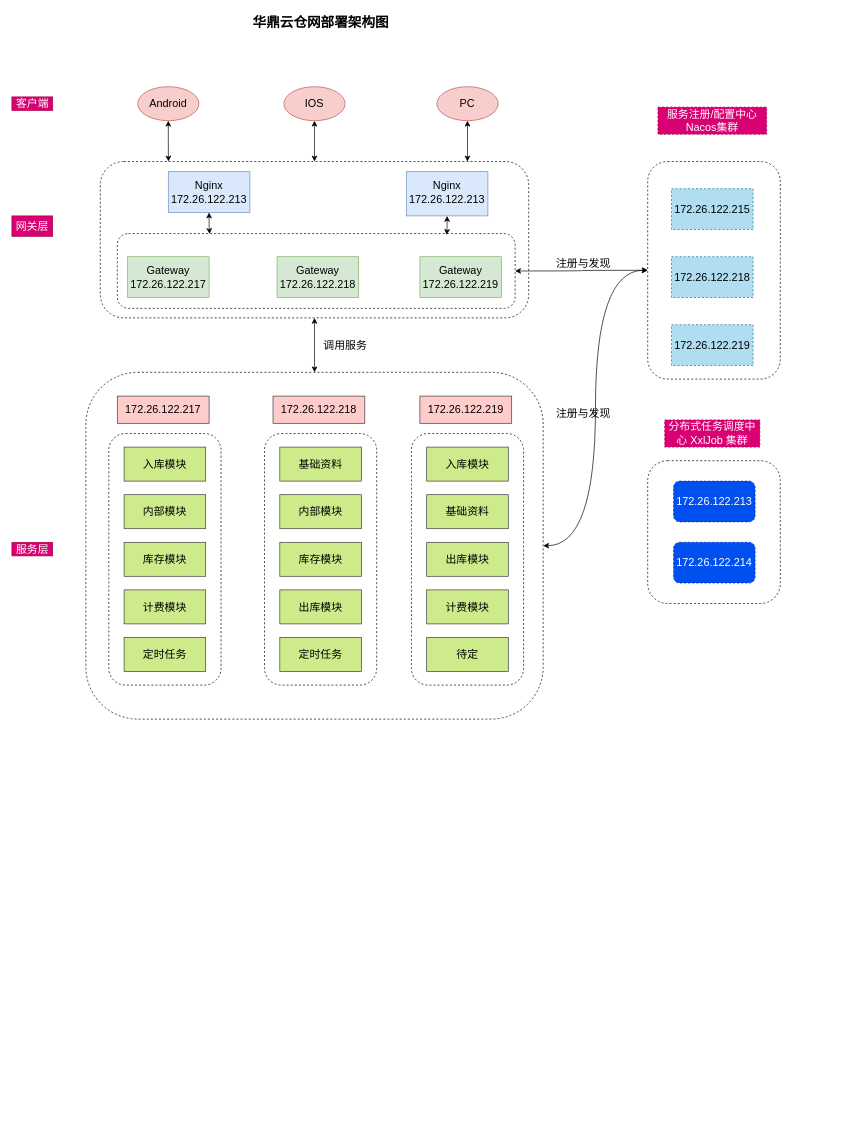
Before: pdf/华鼎云仓网架构图.drawio in mstao/static, a draw.io diagram. Source tidied: cells renumbered, new cells numbered last; positions are measured from the earlier drawing's top-left corner, leaving out a move shared by most shapes. Both pictures are drawn from the tidied source at 68%, with x=0, y=0 at pixel (12, 12).
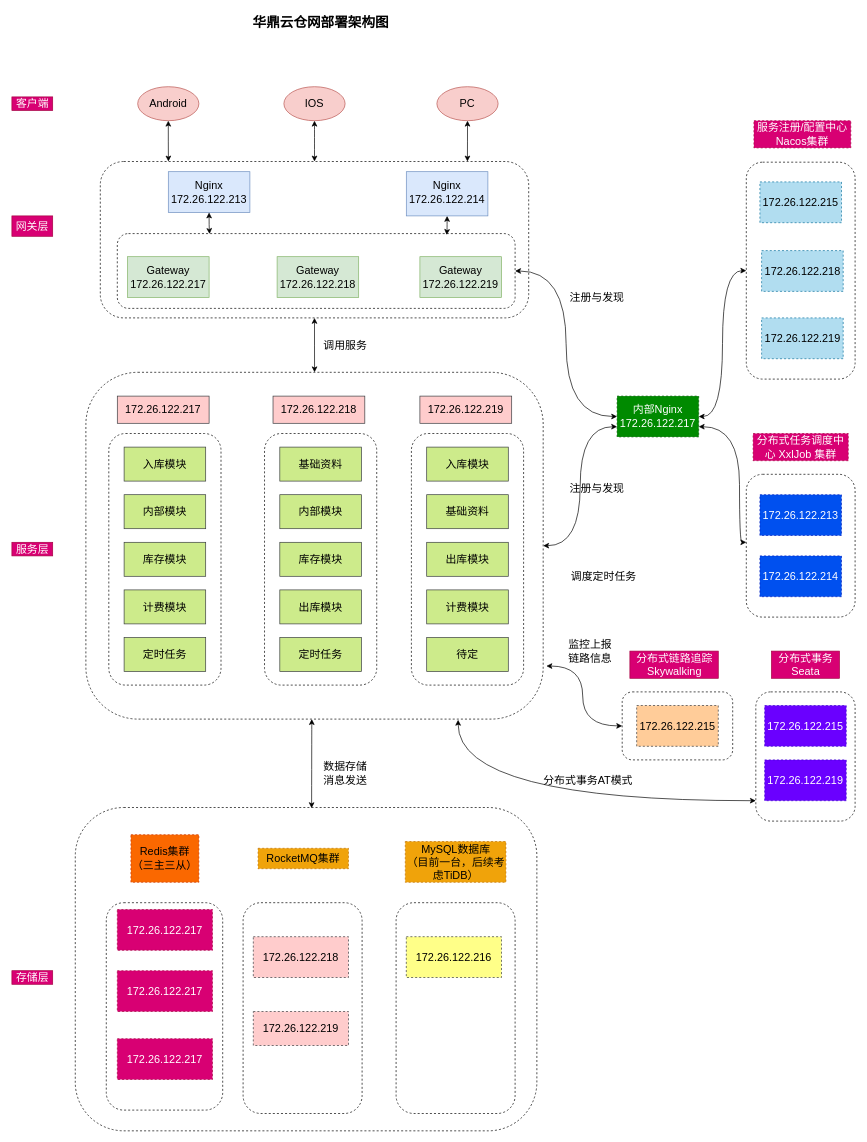
Above is the later version.

Commit message (it also covers changes not shown here):
Update 华鼎云仓网架构图.drawio

Unchanged cells that the change refers to:
```xml
<mxCell id="49" style="rounded=1;whiteSpace=wrap;html=1;labelBackgroundColor=#;fontSize=16;fillColor=none;dashed=1;shadow=0;sketch=0;glass=0;" parent="1" vertex="1">
  <mxGeometry x="108.8" y="530" width="672.5" height="510" as="geometry" />
</mxCell>
<mxCell id="54" style="rounded=1;whiteSpace=wrap;html=1;shadow=0;glass=0;dashed=1;labelBackgroundColor=#;sketch=0;fontSize=16;fillColor=none;" parent="1" vertex="1">
  <mxGeometry x="155" y="326" width="585" height="110" as="geometry" />
</mxCell>
```

The edit, as a diff of the source:
```diff
@@
-    <mxCell id="18" value="Nginx&lt;br&gt;172.26.122.213" style="text;html=1;strokeColor=none;fillColor=none;align=center;verticalAlign=middle;whiteSpace=wrap;rounded=0;labelBackgroundColor=none;fontSize=16;" parent="1" vertex="1">
+    <mxCell id="18" value="Nginx&lt;br&gt;172.26.122.214" style="text;html=1;strokeColor=none;fillColor=none;align=center;verticalAlign=middle;whiteSpace=wrap;rounded=0;labelBackgroundColor=none;fontSize=16;" parent="1" vertex="1">
       <mxGeometry x="585" y="245" width="110" height="40" as="geometry" />
     </mxCell>
@@
-    <mxCell id="48" style="edgeStyle=orthogonalEdgeStyle;curved=1;rounded=0;jettySize=auto;html=1;fontSize=16;startArrow=classic;startFill=1;" parent="1" edge="1" source="49" target="52">
-      <mxGeometry relative="1" as="geometry" />
-    </mxCell>
+    <mxCell id="64" style="edgeStyle=orthogonalEdgeStyle;curved=1;rounded=0;jettySize=auto;html=1;entryX=0;entryY=0.75;entryDx=0;entryDy=0;fontSize=16;startArrow=classic;startFill=1;" parent="1" edge="1" source="49" target="76">
+      <mxGeometry relative="1" as="geometry" />
+    </mxCell>
+    <mxCell id="65" style="edgeStyle=orthogonalEdgeStyle;curved=1;rounded=0;jettySize=auto;html=1;entryX=0.512;entryY=0.002;entryDx=0;entryDy=0;entryPerimeter=0;fontSize=16;startArrow=classic;startFill=1;" parent="1" edge="1" source="49" target="95">
+      <mxGeometry relative="1" as="geometry">
+        <Array as="points">
+          <mxPoint x="441" y="1050" />
+          <mxPoint x="441" y="1050" />
+        </Array>
+      </mxGeometry>
+    </mxCell>
@@
     <mxCell id="51" value="服务注册/配置中心Nacos集群" style="text;html=1;strokeColor=#A50040;fillColor=#d80073;align=center;verticalAlign=middle;whiteSpace=wrap;rounded=0;dashed=1;labelBackgroundColor=#;fontSize=16;fontColor=#ffffff;" parent="1" vertex="1">
-      <mxGeometry x="950" y="140" width="160" height="40" as="geometry" />
+      <mxGeometry x="1091.2" y="160" width="142.5" height="40" as="geometry" />
     </mxCell>
+    <mxCell id="66" style="edgeStyle=orthogonalEdgeStyle;curved=1;rounded=0;jettySize=auto;html=1;entryX=1;entryY=0.5;entryDx=0;entryDy=0;fontSize=16;startArrow=classic;startFill=1;" parent="1" edge="1" source="52" target="76">
+      <mxGeometry relative="1" as="geometry" />
+    </mxCell>
     <mxCell id="52" style="rounded=1;whiteSpace=wrap;html=1;shadow=0;glass=0;dashed=1;labelBackgroundColor=#;sketch=0;fontSize=16;fillColor=none;" parent="1" vertex="1">
-      <mxGeometry x="935" y="220" width="195" height="320" as="geometry" />
+      <mxGeometry x="1080" y="221" width="160" height="319" as="geometry" />
     </mxCell>
-    <mxCell id="53" style="edgeStyle=orthogonalEdgeStyle;curved=1;rounded=0;jettySize=auto;html=1;exitX=1;exitY=0.5;exitDx=0;exitDy=0;fontSize=16;startArrow=classic;startFill=1;entryX=0;entryY=0.5;entryDx=0;entryDy=0;" parent="1" edge="1" source="54" target="52">
-      <mxGeometry relative="1" as="geometry" />
-    </mxCell>
@@
     <mxCell id="55" value="172.26.122.215" style="rounded=0;whiteSpace=wrap;html=1;shadow=0;glass=0;dashed=1;labelBackgroundColor=#;sketch=0;fontSize=16;fillColor=#b1ddf0;strokeColor=#10739e;" parent="1" vertex="1">
-      <mxGeometry x="970" y="260" width="120" height="60" as="geometry" />
+      <mxGeometry x="1100" y="250" width="120" height="60" as="geometry" />
     </mxCell>
     <mxCell id="56" value="172.26.122.218" style="rounded=0;whiteSpace=wrap;html=1;shadow=0;glass=0;dashed=1;labelBackgroundColor=#;sketch=0;fontSize=16;fillColor=#b1ddf0;strokeColor=#10739e;" parent="1" vertex="1">
-      <mxGeometry x="970" y="360" width="120" height="60" as="geometry" />
+      <mxGeometry x="1102.5" y="351" width="120" height="60" as="geometry" />
     </mxCell>
     <mxCell id="57" value="172.26.122.219" style="rounded=0;whiteSpace=wrap;html=1;shadow=0;glass=0;dashed=1;labelBackgroundColor=#;sketch=0;fontSize=16;fillColor=#b1ddf0;strokeColor=#10739e;" parent="1" vertex="1">
-      <mxGeometry x="970" y="460" width="120" height="60" as="geometry" />
+      <mxGeometry x="1102.5" y="450" width="120" height="60" as="geometry" />
     </mxCell>
     <mxCell id="58" value="注册与发现" style="text;html=1;align=center;verticalAlign=middle;strokeColor=none;fillColor=none;fontSize=16;" parent="1" vertex="1">
-      <mxGeometry x="790" y="360" width="100" height="20" as="geometry" />
+      <mxGeometry x="810" y="410" width="100" height="20" as="geometry" />
     </mxCell>
     <mxCell id="59" value="注册与发现" style="text;html=1;align=center;verticalAlign=middle;strokeColor=none;fillColor=none;fontSize=16;" parent="1" vertex="1">
-      <mxGeometry x="790" y="580" width="100" height="20" as="geometry" />
+      <mxGeometry x="810" y="690" width="100" height="20" as="geometry" />
     </mxCell>
+    <mxCell id="67" style="edgeStyle=orthogonalEdgeStyle;curved=1;rounded=0;jettySize=auto;html=1;entryX=1;entryY=0.75;entryDx=0;entryDy=0;fontSize=16;startArrow=classic;startFill=1;" parent="1" edge="1" source="60" target="76">
+      <mxGeometry relative="1" as="geometry">
+        <Array as="points">
+          <mxPoint x="1070" y="780" />
+          <mxPoint x="1070" y="610" />
+        </Array>
+      </mxGeometry>
+    </mxCell>
     <mxCell id="60" style="rounded=1;whiteSpace=wrap;html=1;shadow=0;glass=0;dashed=1;labelBackgroundColor=#;sketch=0;fontSize=16;fillColor=none;" parent="1" vertex="1">
-      <mxGeometry x="935" y="660" width="195" height="210" as="geometry" />
+      <mxGeometry x="1080" y="680" width="160" height="210" as="geometry" />
     </mxCell>
     <mxCell id="61" value="分布式任务调度中心 XxlJob 集群" style="text;html=1;strokeColor=#A50040;fillColor=#d80073;align=center;verticalAlign=middle;whiteSpace=wrap;rounded=0;shadow=0;glass=0;dashed=1;labelBackgroundColor=#;sketch=0;fontSize=16;fontColor=#ffffff;" parent="1" vertex="1">
-      <mxGeometry x="960" y="600" width="140" height="40" as="geometry" />
+      <mxGeometry x="1090" y="620" width="140" height="40" as="geometry" />
     </mxCell>
-    <mxCell id="62" value="172.26.122.213" style="rounded=1;whiteSpace=wrap;html=1;shadow=0;glass=0;dashed=1;labelBackgroundColor=#;sketch=0;fontSize=16;fillColor=#0050ef;fontColor=#ffffff;strokeColor=#001DBC;" parent="1" vertex="1">
-      <mxGeometry x="973" y="690" width="120" height="60" as="geometry" />
+    <mxCell id="62" value="172.26.122.213" style="rounded=0;whiteSpace=wrap;html=1;shadow=0;glass=0;dashed=1;labelBackgroundColor=#;sketch=0;fontSize=16;fillColor=#0050ef;fontColor=#ffffff;strokeColor=#001DBC;" parent="1" vertex="1">
+      <mxGeometry x="1100" y="710" width="120" height="60" as="geometry" />
     </mxCell>
-    <mxCell id="63" value="172.26.122.214" style="rounded=1;whiteSpace=wrap;html=1;shadow=0;glass=0;dashed=1;labelBackgroundColor=#;sketch=0;fontSize=16;fillColor=#0050ef;fontColor=#ffffff;strokeColor=#001DBC;" parent="1" vertex="1">
-      <mxGeometry x="973" y="780" width="120" height="60" as="geometry" />
+    <mxCell id="63" value="172.26.122.214" style="rounded=0;whiteSpace=wrap;html=1;shadow=0;glass=0;dashed=1;labelBackgroundColor=#;sketch=0;fontSize=16;fillColor=#0050ef;fontColor=#ffffff;strokeColor=#001DBC;" parent="1" vertex="1">
+      <mxGeometry x="1100" y="800" width="120" height="60" as="geometry" />
     </mxCell>
+    <mxCell id="68" value="调度定时任务" style="text;html=1;align=center;verticalAlign=middle;strokeColor=none;fillColor=none;fontSize=16;" parent="1" vertex="1">
+      <mxGeometry x="815" y="820" width="110" height="20" as="geometry" />
+    </mxCell>
+    <mxCell id="69" value="分布式链路追踪&lt;br&gt;Skywalking" style="text;html=1;align=center;verticalAlign=middle;strokeColor=#A50040;fillColor=#d80073;fontSize=16;fontColor=#ffffff;" parent="1" vertex="1">
+      <mxGeometry x="908.8" y="940" width="130" height="40" as="geometry" />
+    </mxCell>
+    <mxCell id="70" style="edgeStyle=orthogonalEdgeStyle;curved=1;rounded=0;jettySize=auto;html=1;entryX=1.007;entryY=0.847;entryDx=0;entryDy=0;entryPerimeter=0;fontSize=16;startArrow=classic;startFill=1;" parent="1" edge="1" source="71" target="49">
+      <mxGeometry relative="1" as="geometry" />
+    </mxCell>
+    <mxCell id="71" style="rounded=1;whiteSpace=wrap;html=1;shadow=0;glass=0;dashed=1;labelBackgroundColor=#;sketch=0;fontSize=16;fillColor=none;" parent="1" vertex="1">
+      <mxGeometry x="897.5" y="1000" width="162.5" height="100" as="geometry" />
+    </mxCell>
+    <mxCell id="72" value="监控上报&lt;br&gt;链路信息" style="text;html=1;align=center;verticalAlign=middle;strokeColor=none;fillColor=none;fontSize=16;" parent="1" vertex="1">
+      <mxGeometry x="810" y="920" width="80" height="40" as="geometry" />
+    </mxCell>
+    <mxCell id="73" value="存储层" style="text;html=1;align=center;verticalAlign=middle;strokeColor=#A50040;fillColor=#d80073;fontSize=16;fontColor=#ffffff;" parent="1" vertex="1">
+      <mxGeometry y="1410" width="60" height="20" as="geometry" />
+    </mxCell>
+    <mxCell id="74" value="Redis集群（三主三从）" style="rounded=0;whiteSpace=wrap;html=1;shadow=0;glass=0;dashed=1;labelBackgroundColor=#;sketch=0;fontSize=16;fillColor=#fa6800;fontColor=#000000;strokeColor=#C73500;" parent="1" vertex="1">
+      <mxGeometry x="175" y="1210" width="100" height="70" as="geometry" />
+    </mxCell>
+    <mxCell id="75" style="edgeStyle=orthogonalEdgeStyle;curved=1;rounded=0;jettySize=auto;html=1;entryX=1;entryY=0.5;entryDx=0;entryDy=0;fontSize=16;startArrow=classic;startFill=1;" parent="1" edge="1" source="76" target="54">
+      <mxGeometry relative="1" as="geometry" />
+    </mxCell>
+    <mxCell id="76" value="内部Nginx&lt;br&gt;172.26.122.217" style="rounded=0;whiteSpace=wrap;html=1;shadow=0;glass=0;dashed=1;labelBackgroundColor=#;sketch=0;fontSize=16;fillColor=#008a00;fontColor=#ffffff;strokeColor=#005700;" parent="1" vertex="1">
+      <mxGeometry x="890" y="565" width="120" height="60" as="geometry" />
+    </mxCell>
+    <mxCell id="77" value="分布式事务&lt;br&gt;Seata" style="text;html=1;align=center;verticalAlign=middle;strokeColor=#A50040;fillColor=#d80073;fontSize=16;fontColor=#ffffff;" parent="1" vertex="1">
+      <mxGeometry x="1117" y="940" width="100" height="40" as="geometry" />
+    </mxCell>
+    <mxCell id="78" style="edgeStyle=orthogonalEdgeStyle;curved=1;rounded=0;jettySize=auto;html=1;entryX=0.814;entryY=1.002;entryDx=0;entryDy=0;entryPerimeter=0;fontSize=16;startArrow=classic;startFill=1;" parent="1" edge="1" source="79" target="49">
+      <mxGeometry relative="1" as="geometry">
+        <Array as="points">
+          <mxPoint x="656" y="1160" />
+        </Array>
+      </mxGeometry>
+    </mxCell>
+    <mxCell id="79" style="rounded=1;whiteSpace=wrap;html=1;shadow=0;glass=0;dashed=1;labelBackgroundColor=#;sketch=0;fontSize=16;fillColor=none;" parent="1" vertex="1">
+      <mxGeometry x="1094" y="1000" width="146" height="190" as="geometry" />
+    </mxCell>
+    <mxCell id="80" value="172.26.122.215" style="rounded=0;whiteSpace=wrap;html=1;shadow=0;glass=0;dashed=1;labelBackgroundColor=#;sketch=0;fontSize=16;fillColor=#6a00ff;fontColor=#ffffff;strokeColor=#3700CC;" parent="1" vertex="1">
+      <mxGeometry x="1107" y="1020" width="120" height="60" as="geometry" />
+    </mxCell>
+    <mxCell id="81" value="172.26.122.215" style="rounded=0;whiteSpace=wrap;html=1;shadow=0;glass=0;dashed=1;labelBackgroundColor=#;sketch=0;fontSize=16;fillColor=#ffcc99;strokeColor=#36393d;" parent="1" vertex="1">
+      <mxGeometry x="918.8" y="1020" width="120" height="60" as="geometry" />
+    </mxCell>
+    <mxCell id="82" value="172.26.122.219" style="rounded=0;whiteSpace=wrap;html=1;shadow=0;glass=0;dashed=1;labelBackgroundColor=#;sketch=0;fontSize=16;fillColor=#6a00ff;fontColor=#ffffff;strokeColor=#3700CC;" parent="1" vertex="1">
+      <mxGeometry x="1107" y="1100" width="120" height="60" as="geometry" />
+    </mxCell>
+    <mxCell id="83" value="分布式事务AT模式" style="text;html=1;align=center;verticalAlign=middle;strokeColor=none;fillColor=none;fontSize=16;" parent="1" vertex="1">
+      <mxGeometry x="772" y="1120" width="150" height="20" as="geometry" />
+    </mxCell>
+    <mxCell id="84" value="172.26.122.217" style="rounded=0;whiteSpace=wrap;html=1;shadow=0;glass=0;dashed=1;labelBackgroundColor=#;sketch=0;fontSize=16;fillColor=#d80073;strokeColor=#A50040;fontColor=#ffffff;" parent="1" vertex="1">
+      <mxGeometry x="155" y="1410" width="140" height="60" as="geometry" />
+    </mxCell>
+    <mxCell id="85" value="172.26.122.217" style="rounded=0;whiteSpace=wrap;html=1;shadow=0;glass=0;dashed=1;labelBackgroundColor=#;sketch=0;fontSize=16;fillColor=#d80073;strokeColor=#A50040;fontColor=#ffffff;" parent="1" vertex="1">
+      <mxGeometry x="155" y="1510" width="140" height="60" as="geometry" />
+    </mxCell>
+    <mxCell id="86" value="172.26.122.217" style="rounded=0;whiteSpace=wrap;html=1;shadow=0;glass=0;dashed=1;labelBackgroundColor=#;sketch=0;fontSize=16;fillColor=#d80073;strokeColor=#A50040;fontColor=#ffffff;" parent="1" vertex="1">
+      <mxGeometry x="155" y="1320" width="140" height="60" as="geometry" />
+    </mxCell>
+    <mxCell id="87" style="rounded=1;whiteSpace=wrap;html=1;shadow=0;glass=0;dashed=1;labelBackgroundColor=#;sketch=0;fontSize=16;fillColor=none;" parent="1" vertex="1">
+      <mxGeometry x="138.8" y="1310" width="171.2" height="305" as="geometry" />
+    </mxCell>
+    <mxCell id="88" value="RocketMQ集群" style="text;html=1;strokeColor=#BD7000;fillColor=#f0a30a;align=center;verticalAlign=middle;whiteSpace=wrap;rounded=0;shadow=0;glass=0;dashed=1;labelBackgroundColor=#;sketch=0;fontSize=16;fontColor=#000000;" parent="1" vertex="1">
+      <mxGeometry x="362" y="1230" width="133" height="30" as="geometry" />
+    </mxCell>
+    <mxCell id="89" style="rounded=1;whiteSpace=wrap;html=1;shadow=0;glass=0;dashed=1;labelBackgroundColor=#;sketch=0;fontSize=16;fillColor=none;" parent="1" vertex="1">
+      <mxGeometry x="340" y="1310" width="175" height="310" as="geometry" />
+    </mxCell>
+    <mxCell id="90" value="172.26.122.218" style="rounded=0;whiteSpace=wrap;html=1;shadow=0;glass=0;dashed=1;labelBackgroundColor=#;sketch=0;fontSize=16;fillColor=#ffcccc;strokeColor=#36393d;" parent="1" vertex="1">
+      <mxGeometry x="355" y="1360" width="140" height="60" as="geometry" />
+    </mxCell>
+    <mxCell id="91" value="172.26.122.219" style="rounded=0;whiteSpace=wrap;html=1;shadow=0;glass=0;dashed=1;labelBackgroundColor=#;sketch=0;fontSize=16;fillColor=#ffcccc;strokeColor=#36393d;" parent="1" vertex="1">
+      <mxGeometry x="355" y="1470" width="140" height="50" as="geometry" />
+    </mxCell>
+    <mxCell id="92" value="MySQL数据库&lt;br&gt;（目前一台，后续考虑TiDB）" style="text;html=1;strokeColor=#BD7000;fillColor=#f0a30a;align=center;verticalAlign=middle;whiteSpace=wrap;rounded=0;shadow=0;glass=0;dashed=1;labelBackgroundColor=#;sketch=0;fontSize=16;fontColor=#000000;" parent="1" vertex="1">
+      <mxGeometry x="578.5" y="1220" width="148" height="60" as="geometry" />
+    </mxCell>
+    <mxCell id="93" style="rounded=1;whiteSpace=wrap;html=1;shadow=0;glass=0;dashed=1;labelBackgroundColor=#;sketch=0;fontSize=16;fillColor=none;" parent="1" vertex="1">
+      <mxGeometry x="565" y="1310" width="175" height="310" as="geometry" />
+    </mxCell>
+    <mxCell id="94" value="172.26.122.216" style="rounded=0;whiteSpace=wrap;html=1;shadow=0;glass=0;dashed=1;labelBackgroundColor=#;sketch=0;fontSize=16;fillColor=#ffff88;strokeColor=#36393d;" parent="1" vertex="1">
+      <mxGeometry x="580" y="1360" width="140" height="60" as="geometry" />
+    </mxCell>
+    <mxCell id="95" style="rounded=1;whiteSpace=wrap;html=1;shadow=0;glass=0;dashed=1;labelBackgroundColor=#;sketch=0;fontSize=16;fillColor=none;" parent="1" vertex="1">
+      <mxGeometry x="93.2" y="1170" width="678.8" height="475.5" as="geometry" />
+    </mxCell>
+    <mxCell id="96" value="数据存储&lt;br&gt;消息发送" style="text;html=1;align=center;verticalAlign=middle;strokeColor=none;fillColor=none;fontSize=16;" parent="1" vertex="1">
+      <mxGeometry x="450" y="1100" width="80" height="40" as="geometry" />
+    </mxCell>
```
